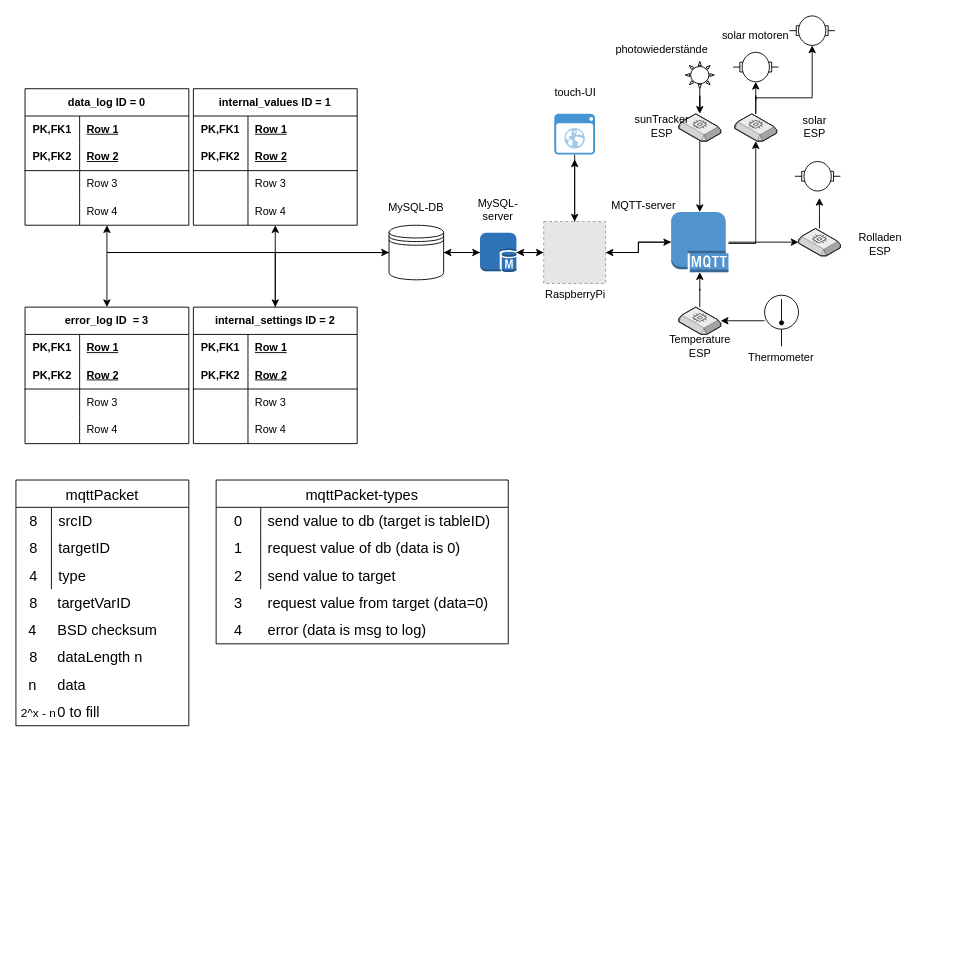
Above: doc/NaturwagenConcept.drawio in PaulvOertzen/NaturwagenSystem (draw.io), before the change. Source tidied: cells renumbered, new cells numbered last; positions are measured from the earlier drawing's top-left corner, leaving out a move shared by most shapes. Both pictures are drawn from the tidied source at 91%, with x=0, y=0 at pixel (15, 15). Pictures stored in the file or linked from it are replaced by grey dashed boxes.
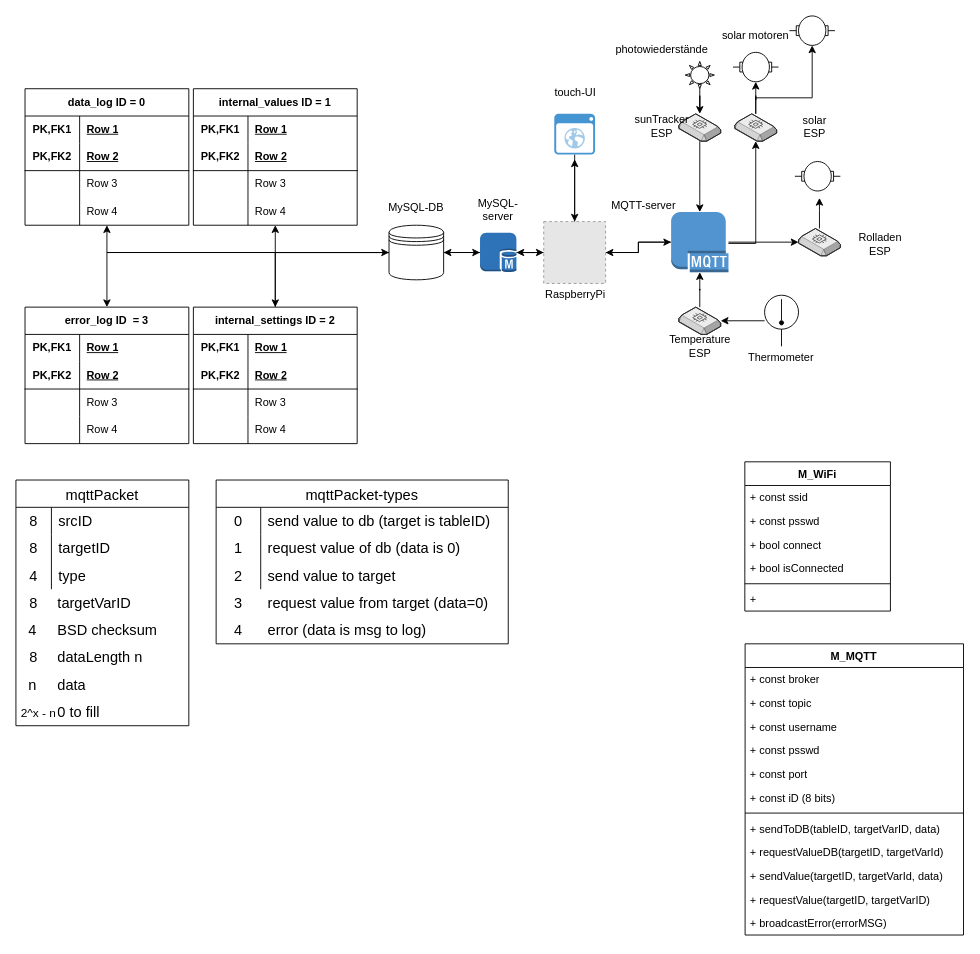
After the change.

Commit message:
definition for package design and "interface" like design of classes that handle wifi and mqtt connection and package building

The edit, as a diff of the source:
```diff
@@
+    <mxCell id="136" value="&lt;div&gt;M_WiFi&lt;/div&gt;" style="swimlane;fontStyle=1;align=center;verticalAlign=top;horizontal=1;startSize=26;whiteSpace=wrap;html=1;" parent="1" vertex="1">
+      <mxGeometry x="801" y="490" width="160" height="164" as="geometry" />
+    </mxCell>
+    <mxCell id="137" value="&lt;div&gt;+ const ssid&lt;/div&gt;" style="text;strokeColor=none;fillColor=none;align=left;verticalAlign=top;spacingLeft=4;spacingRight=4;overflow=hidden;whiteSpace=wrap;html=1;" parent="136" vertex="1">
+      <mxGeometry y="26" width="160" height="26" as="geometry" />
+    </mxCell>
+    <mxCell id="138" value="&lt;div&gt;+ const psswd&lt;/div&gt;" style="text;strokeColor=none;fillColor=none;align=left;verticalAlign=top;spacingLeft=4;spacingRight=4;overflow=hidden;whiteSpace=wrap;html=1;" parent="136" vertex="1">
+      <mxGeometry y="52" width="160" height="26" as="geometry" />
+    </mxCell>
+    <mxCell id="139" value="&lt;div&gt;+ bool connect&lt;/div&gt;" style="text;strokeColor=none;fillColor=none;align=left;verticalAlign=top;spacingLeft=4;spacingRight=4;overflow=hidden;whiteSpace=wrap;html=1;" parent="136" vertex="1">
+      <mxGeometry y="78" width="160" height="26" as="geometry" />
+    </mxCell>
+    <mxCell id="140" value="&lt;div&gt;+ bool isConnected&lt;/div&gt;" style="text;strokeColor=none;fillColor=none;align=left;verticalAlign=top;spacingLeft=4;spacingRight=4;overflow=hidden;whiteSpace=wrap;html=1;" parent="136" vertex="1">
+      <mxGeometry y="104" width="160" height="26" as="geometry" />
+    </mxCell>
+    <mxCell id="141" style="line;strokeWidth=1;fillColor=none;align=left;verticalAlign=middle;spacingTop=-1;spacingLeft=3;spacingRight=3;labelPosition=right;strokeColor=inherit;" parent="136" vertex="1">
+      <mxGeometry y="130" width="160" height="8" as="geometry" />
+    </mxCell>
+    <mxCell id="142" value="+ " style="text;strokeColor=none;fillColor=none;align=left;verticalAlign=top;spacingLeft=4;spacingRight=4;overflow=hidden;whiteSpace=wrap;html=1;" parent="136" vertex="1">
+      <mxGeometry y="138" width="160" height="26" as="geometry" />
+    </mxCell>
+    <mxCell id="143" value="M_MQTT" style="swimlane;fontStyle=1;align=center;verticalAlign=top;horizontal=1;startSize=26;whiteSpace=wrap;html=1;" parent="1" vertex="1">
+      <mxGeometry x="801.3" y="690" width="240" height="320" as="geometry" />
+    </mxCell>
+    <mxCell id="144" value="&lt;div&gt;+ const broker&lt;/div&gt;" style="text;strokeColor=none;fillColor=none;align=left;verticalAlign=top;spacingLeft=4;spacingRight=4;overflow=hidden;whiteSpace=wrap;html=1;" parent="143" vertex="1">
+      <mxGeometry y="26" width="240" height="26" as="geometry" />
+    </mxCell>
+    <mxCell id="145" value="&lt;div&gt;+ const topic&lt;/div&gt;" style="text;strokeColor=none;fillColor=none;align=left;verticalAlign=top;spacingLeft=4;spacingRight=4;overflow=hidden;whiteSpace=wrap;html=1;" parent="143" vertex="1">
+      <mxGeometry y="52" width="240" height="26" as="geometry" />
+    </mxCell>
+    <mxCell id="146" value="&lt;div&gt;+ const username&lt;/div&gt;" style="text;strokeColor=none;fillColor=none;align=left;verticalAlign=top;spacingLeft=4;spacingRight=4;overflow=hidden;whiteSpace=wrap;html=1;" parent="143" vertex="1">
+      <mxGeometry y="78" width="240" height="26" as="geometry" />
+    </mxCell>
+    <mxCell id="147" value="&lt;div&gt;+ const psswd&lt;/div&gt;" style="text;strokeColor=none;fillColor=none;align=left;verticalAlign=top;spacingLeft=4;spacingRight=4;overflow=hidden;whiteSpace=wrap;html=1;" parent="143" vertex="1">
+      <mxGeometry y="104" width="240" height="26" as="geometry" />
+    </mxCell>
+    <mxCell id="148" value="+ const port" style="text;strokeColor=none;fillColor=none;align=left;verticalAlign=top;spacingLeft=4;spacingRight=4;overflow=hidden;whiteSpace=wrap;html=1;" parent="143" vertex="1">
+      <mxGeometry y="130" width="240" height="26" as="geometry" />
+    </mxCell>
+    <mxCell id="149" value="+ const iD (8 bits)" style="text;strokeColor=none;fillColor=none;align=left;verticalAlign=top;spacingLeft=4;spacingRight=4;overflow=hidden;whiteSpace=wrap;html=1;" parent="143" vertex="1">
+      <mxGeometry y="156" width="240" height="26" as="geometry" />
+    </mxCell>
+    <mxCell id="150" style="line;strokeWidth=1;fillColor=none;align=left;verticalAlign=middle;spacingTop=-1;spacingLeft=3;spacingRight=3;labelPosition=right;strokeColor=inherit;" parent="143" vertex="1">
+      <mxGeometry y="182" width="240" height="8" as="geometry" />
+    </mxCell>
+    <mxCell id="151" value="+ sendToDB(tableID, targetVarID, data)" style="text;strokeColor=none;fillColor=none;align=left;verticalAlign=top;spacingLeft=4;spacingRight=4;overflow=hidden;whiteSpace=wrap;html=1;" parent="143" vertex="1">
+      <mxGeometry y="190" width="240" height="26" as="geometry" />
+    </mxCell>
+    <mxCell id="152" value="+ requestValueDB(targetID, targetVarId) " style="text;strokeColor=none;fillColor=none;align=left;verticalAlign=top;spacingLeft=4;spacingRight=4;overflow=hidden;whiteSpace=wrap;html=1;" parent="143" vertex="1">
+      <mxGeometry y="216" width="240" height="26" as="geometry" />
+    </mxCell>
+    <mxCell id="153" value="+ sendValue(targetID, targetVarId, data)" style="text;strokeColor=none;fillColor=none;align=left;verticalAlign=top;spacingLeft=4;spacingRight=4;overflow=hidden;whiteSpace=wrap;html=1;" parent="143" vertex="1">
+      <mxGeometry y="242" width="240" height="26" as="geometry" />
+    </mxCell>
+    <mxCell id="154" value="+ requestValue(targetID, targetVarID)" style="text;strokeColor=none;fillColor=none;align=left;verticalAlign=top;spacingLeft=4;spacingRight=4;overflow=hidden;whiteSpace=wrap;html=1;" parent="143" vertex="1">
+      <mxGeometry y="268" width="240" height="26" as="geometry" />
+    </mxCell>
+    <mxCell id="155" value="+ broadcastError(errorMSG)" style="text;strokeColor=none;fillColor=none;align=left;verticalAlign=top;spacingLeft=4;spacingRight=4;overflow=hidden;whiteSpace=wrap;html=1;" parent="143" vertex="1">
+      <mxGeometry y="294" width="240" height="26" as="geometry" />
+    </mxCell>
```
